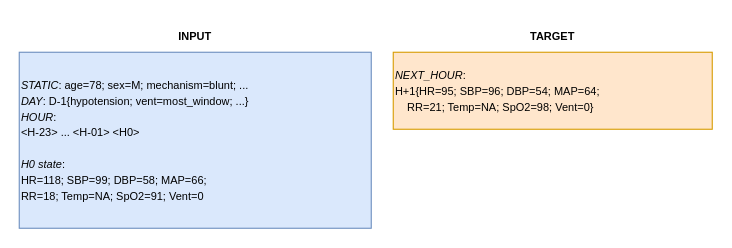
Before: trauma predict/stage a v1/v1 sample representation.drawio in VANILAAAAAAAA/draw-io-workplace, a draw.io diagram. Source tidied: cells renumbered, new cells numbered last; positions are measured from the earlier drawing's top-left corner, leaving out a move shared by most shapes. Both pictures are drawn from the tidied source at 110%, with x=0, y=0 at pixel (19, 19).
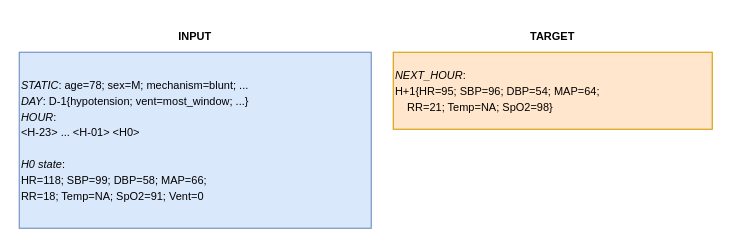
The same diagram, later.

What changed in the source:
```diff
@@
 <mxGraphModel>
   <root>
     <mxCell id="0" />
     <mxCell id="1" parent="0" />
     <mxCell id="2" value="&lt;div&gt;&lt;span style=&quot;font-size: x-small; background-color: transparent; color: light-dark(rgb(0, 0, 0), rgb(255, 255, 255));&quot;&gt;&lt;i&gt;STATIC&lt;/i&gt;: age=78; sex=M; mechanism=blunt; ...&lt;/span&gt;&lt;/div&gt;&lt;div&gt;&lt;font size=&quot;1&quot;&gt;&lt;i&gt;DAY&lt;/i&gt;: D-1{hypotension; vent=most_window; ...}&lt;/font&gt;&lt;/div&gt;&lt;div&gt;&lt;font size=&quot;1&quot;&gt;&lt;i&gt;HOUR&lt;/i&gt;:&lt;/font&gt;&lt;/div&gt;&lt;div&gt;&lt;font size=&quot;1&quot;&gt;&amp;lt;H-23&amp;gt; ... &amp;lt;H-01&amp;gt; &amp;lt;H0&amp;gt;&lt;/font&gt;&lt;/div&gt;&lt;div&gt;&lt;font size=&quot;1&quot;&gt;&lt;br&gt;&lt;/font&gt;&lt;/div&gt;&lt;div&gt;&lt;font size=&quot;1&quot;&gt;&lt;i&gt;H0 state&lt;/i&gt;:&lt;/font&gt;&lt;/div&gt;&lt;div&gt;&lt;font size=&quot;1&quot;&gt;HR=118; SBP=99; DBP=58; MAP=66;&lt;/font&gt;&lt;/div&gt;&lt;div&gt;&lt;font size=&quot;1&quot;&gt;RR=18; Temp=NA; SpO2=91; Vent=0&lt;/font&gt;&lt;/div&gt;" style="rounded=0;whiteSpace=wrap;html=1;align=left;fillColor=#dae8fc;strokeColor=#6c8ebf;" parent="1" vertex="1">
       <mxGeometry y="30" width="320" height="160" as="geometry" />
     </mxCell>
-    <mxCell id="3" value="&lt;div&gt;&lt;span style=&quot;font-size: x-small; background-color: transparent; color: light-dark(rgb(0, 0, 0), rgb(255, 255, 255));&quot;&gt;&lt;i&gt;NEXT_HOUR&lt;/i&gt;:&lt;/span&gt;&lt;/div&gt;&lt;div&gt;&lt;font size=&quot;1&quot;&gt;H+1{HR=95; SBP=96; DBP=54; MAP=64;&lt;/font&gt;&lt;/div&gt;&lt;div&gt;&lt;font size=&quot;1&quot;&gt;&amp;nbsp; &amp;nbsp; RR=21; Temp=NA; SpO2=98; Vent=0}&lt;/font&gt;&lt;/div&gt;" style="rounded=0;whiteSpace=wrap;html=1;align=left;fillColor=#ffe6cc;strokeColor=#d79b00;" parent="1" vertex="1">
+    <mxCell id="3" value="&lt;div&gt;&lt;span style=&quot;font-size: x-small; background-color: transparent; color: light-dark(rgb(0, 0, 0), rgb(255, 255, 255));&quot;&gt;&lt;i&gt;NEXT_HOUR&lt;/i&gt;:&lt;/span&gt;&lt;/div&gt;&lt;div&gt;&lt;font size=&quot;1&quot;&gt;H+1{HR=95; SBP=96; DBP=54; MAP=64;&lt;/font&gt;&lt;/div&gt;&lt;div&gt;&lt;font size=&quot;1&quot;&gt;&amp;nbsp; &amp;nbsp; RR=21; Temp=NA; SpO2=98}&lt;/font&gt;&lt;/div&gt;" style="rounded=0;whiteSpace=wrap;html=1;align=left;fillColor=#ffe6cc;strokeColor=#d79b00;" parent="1" vertex="1">
       <mxGeometry x="340" y="30" width="290" height="70" as="geometry" />
     </mxCell>
     <mxCell id="4" value="&lt;span style=&quot;font-size: x-small; text-align: left;&quot;&gt;&lt;b&gt;INPUT&lt;/b&gt;&lt;/span&gt;" style="text;html=1;whiteSpace=wrap;strokeColor=none;fillColor=none;align=center;verticalAlign=middle;rounded=0;" parent="1" vertex="1">
       <mxGeometry x="130" width="60" height="30" as="geometry" />
     </mxCell>
     <mxCell id="5" value="&lt;span style=&quot;font-size: x-small; text-align: left;&quot;&gt;&lt;b&gt;TARGET&lt;/b&gt;&lt;/span&gt;" style="text;html=1;whiteSpace=wrap;strokeColor=none;fillColor=none;align=center;verticalAlign=middle;rounded=0;" parent="1" vertex="1">
       <mxGeometry x="455" width="60" height="30" as="geometry" />
     </mxCell>
   </root>
 </mxGraphModel>
```
